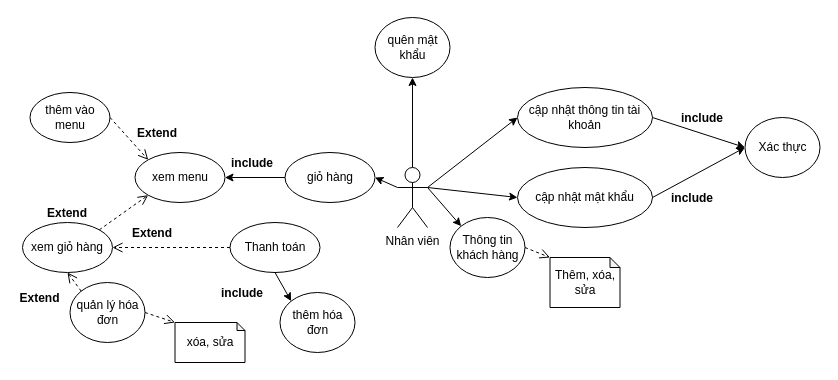
518H0090/FinalProjectAndroid keeps this draw.io diagram as page "Nhân viên" (2 of 4) of Sơ đồ/Các chức năng.drawio. Above is the earlier version. Source tidied: cells renumbered, new cells numbered last; positions are measured from the earlier drawing's top-left corner, leaving out a move shared by most shapes. Both pictures are drawn from the tidied source at 100%, with x=0, y=0 at pixel (17, 17).
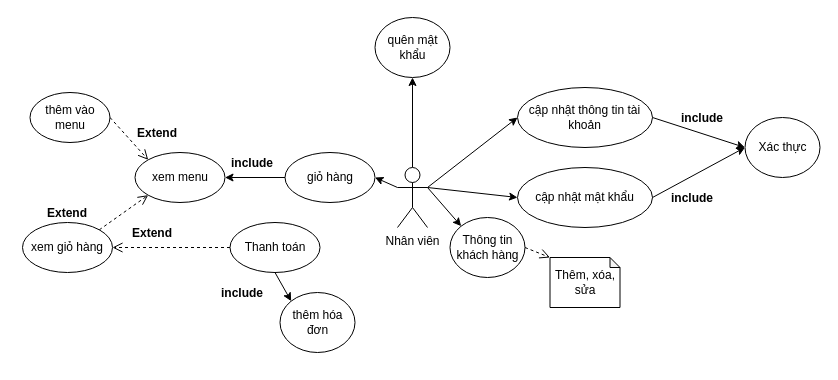
The same page after the edit.

Unchanged cells that the change refers to:
```xml
<mxCell id="30" value="xem giỏ hàng" style="ellipse;whiteSpace=wrap;html=1;" parent="1" vertex="1">
  <mxGeometry x="5" y="205" width="90" height="50" as="geometry" />
</mxCell>
```

What changed in the source:
```diff
@@
-    <mxCell id="35" value="quản lý hóa đơn" style="ellipse;whiteSpace=wrap;html=1;" parent="1" vertex="1">
-      <mxGeometry x="52.5" y="265" width="75" height="60" as="geometry" />
-    </mxCell>
-    <mxCell id="36" style="html=1;verticalAlign=bottom;endArrow=open;dashed=1;endSize=8;entryX=0;entryY=0;entryDx=0;entryDy=0;exitX=1;exitY=0.5;exitDx=0;exitDy=0;entryPerimeter=0;" parent="1" edge="1" source="35" target="37">
-      <mxGeometry relative="1" as="geometry" />
-    </mxCell>
-    <mxCell id="37" value="xóa, sửa" style="shape=note;whiteSpace=wrap;html=1;backgroundOutline=1;darkOpacity=0.05;size=8;" parent="1" vertex="1">
-      <mxGeometry x="157.5" y="305" width="70" height="40" as="geometry" />
-    </mxCell>
-    <mxCell id="38" style="html=1;verticalAlign=bottom;endArrow=open;dashed=1;endSize=8;exitX=0;exitY=0;exitDx=0;exitDy=0;entryX=0.5;entryY=1;entryDx=0;entryDy=0;" parent="1" edge="1" source="35" target="30">
-      <mxGeometry relative="1" as="geometry" />
-    </mxCell>
-    <mxCell id="39" value="Extend" style="text;align=center;fontStyle=1;verticalAlign=middle;spacingLeft=3;spacingRight=3;strokeColor=none;" parent="1" vertex="1">
-      <mxGeometry y="270" width="45" height="20" as="geometry" />
-    </mxCell>
```
